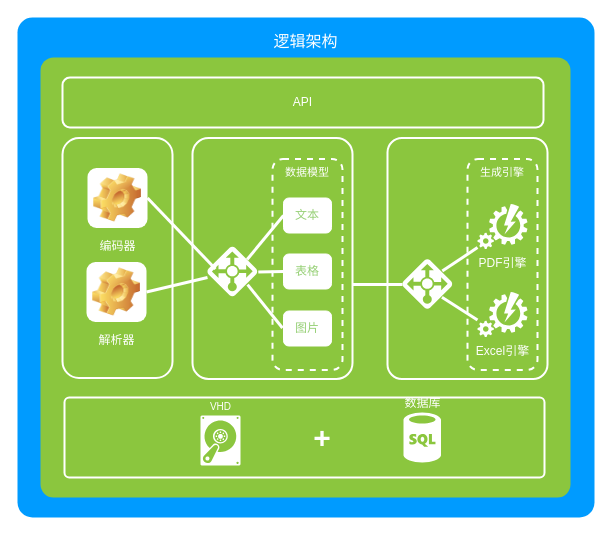
This is pdf-editor.drawio from cnTailor/draw, a draw.io file, before an edit. Source tidied: cells renumbered, new cells numbered last; positions are measured from the earlier drawing's top-left corner, leaving out a move shared by most shapes. Both pictures are drawn from the tidied source at 100%, with x=0, y=0 at pixel (17, 17).
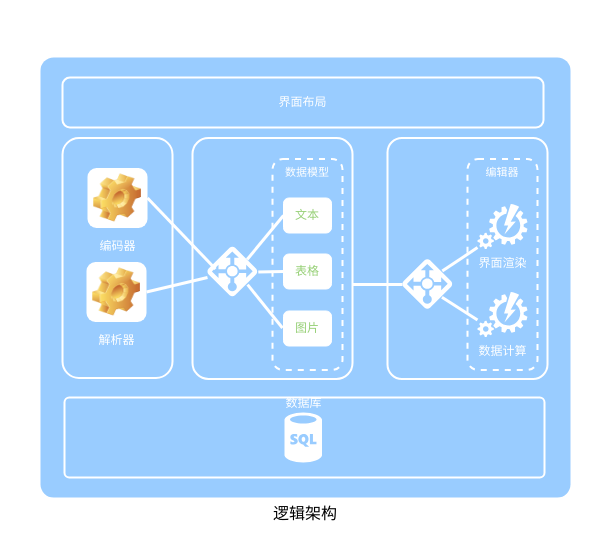
Above is the later version.

Diff of the diagram source:
```diff
@@
-    <mxCell id="2" value="&lt;font style=&quot;font-size: 16px ; line-height: 100%&quot;&gt;逻辑架构&lt;/font&gt;" style="whiteSpace=wrap;html=1;rounded=1;shadow=0;strokeColor=none;strokeWidth=2;fillColor=#009BFF;fontSize=20;fontColor=#FFFFFF;align=center;arcSize=3;verticalAlign=top;spacingTop=4;" parent="1" vertex="1">
-      <mxGeometry width="577" height="500" as="geometry" />
-    </mxCell>
-    <mxCell id="3" style="rounded=1;whiteSpace=wrap;html=1;shadow=0;strokeWidth=2;fillColor=#8BC63E;fontSize=12;fontColor=#000000;align=center;strokeColor=none;arcSize=3;" parent="1" vertex="1">
+    <mxCell id="3" value="&lt;span style=&quot;font-size: 16px ; white-space: normal&quot;&gt;逻辑架构&lt;/span&gt;" style="rounded=1;whiteSpace=wrap;html=1;shadow=0;strokeWidth=2;fillColor=#99CCFF;fontSize=12;fontColor=#000000;align=center;strokeColor=none;arcSize=3;labelPosition=center;verticalLabelPosition=bottom;verticalAlign=top;" parent="1" vertex="1">
       <mxGeometry x="23" y="40" width="530" height="440" as="geometry" />
     </mxCell>
@@
-    <mxCell id="13" value="&lt;span&gt;生成引擎&lt;/span&gt;" style="rounded=1;whiteSpace=wrap;html=1;shadow=0;strokeWidth=2;fillColor=none;fontSize=11;fontColor=#FFFFFF;align=center;strokeColor=#FFFFFF;dashed=1;verticalAlign=top;" parent="1" vertex="1">
+    <mxCell id="13" value="编辑器" style="rounded=1;whiteSpace=wrap;html=1;shadow=0;strokeWidth=2;fillColor=none;fontSize=11;fontColor=#FFFFFF;align=center;strokeColor=#FFFFFF;dashed=1;verticalAlign=top;" parent="1" vertex="1">
       <mxGeometry x="450" y="141.5" width="70" height="211" as="geometry" />
     </mxCell>
@@
-    <mxCell id="19" value="VHD" style="shadow=0;html=1;strokeColor=none;fillColor=#FFFFFF;labelPosition=center;verticalLabelPosition=top;verticalAlign=bottom;shape=mxgraph.azure.vhd;rounded=0;fontSize=10;fontColor=#FFFFFF;align=center;" parent="1" vertex="1">
-      <mxGeometry x="183" y="398" width="40" height="50" as="geometry" />
-    </mxCell>
-    <mxCell id="20" value="+" style="text;html=1;strokeColor=none;fillColor=none;align=center;verticalAlign=middle;whiteSpace=wrap;rounded=1;shadow=0;fontSize=30;fontColor=#FFFFFF;fontStyle=1;" parent="1" vertex="1">
-      <mxGeometry x="284.5" y="402.5" width="40" height="35" as="geometry" />
-    </mxCell>
-    <mxCell id="21" value="&lt;font color=&quot;#ffffff&quot;&gt;API&lt;/font&gt;" style="rounded=1;whiteSpace=wrap;html=1;shadow=0;strokeWidth=2;fillColor=none;fontSize=12;fontColor=#000000;align=center;strokeColor=#FFFFFF;" parent="1" vertex="1">
+    <mxCell id="21" value="&lt;font color=&quot;#ffffff&quot;&gt;界面布局&lt;/font&gt;" style="rounded=1;whiteSpace=wrap;html=1;shadow=0;strokeWidth=2;fillColor=none;fontSize=12;fontColor=#000000;align=center;strokeColor=#FFFFFF;" parent="1" vertex="1">
       <mxGeometry x="45" y="60" width="481" height="50" as="geometry" />
     </mxCell>
@@
-    <mxCell id="26" value="PDF引擎" style="verticalLabelPosition=bottom;html=1;verticalAlign=top;align=center;strokeColor=none;fillColor=#FFFFFF;shape=mxgraph.azure.automation;fontColor=#FFFFFF;" parent="1" vertex="1">
+    <mxCell id="26" value="界面渲染" style="verticalLabelPosition=bottom;html=1;verticalAlign=top;align=center;strokeColor=none;fillColor=#FFFFFF;shape=mxgraph.azure.automation;fontColor=#FFFFFF;" parent="1" vertex="1">
       <mxGeometry x="460" y="186.5" width="50" height="45" as="geometry" />
     </mxCell>
-    <mxCell id="27" value="Excel引擎" style="verticalLabelPosition=bottom;html=1;verticalAlign=top;align=center;strokeColor=none;fillColor=#FFFFFF;shape=mxgraph.azure.automation;fontColor=#FFFFFF;" parent="1" vertex="1">
+    <mxCell id="27" value="数据计算" style="verticalLabelPosition=bottom;html=1;verticalAlign=top;align=center;strokeColor=none;fillColor=#FFFFFF;shape=mxgraph.azure.automation;fontColor=#FFFFFF;" parent="1" vertex="1">
       <mxGeometry x="460" y="274.5" width="50" height="45" as="geometry" />
     </mxCell>
@@
     <mxCell id="30" value="数据库" style="verticalLabelPosition=top;html=1;verticalAlign=bottom;align=center;strokeColor=none;fillColor=#FFFFFF;shape=mxgraph.azure.sql_database;labelBackgroundColor=none;fontColor=#FFFFFF;labelPosition=center;" parent="1" vertex="1">
-      <mxGeometry x="386" y="395" width="37.5" height="50" as="geometry" />
+      <mxGeometry x="267" y="395" width="37.5" height="50" as="geometry" />
     </mxCell>
```
